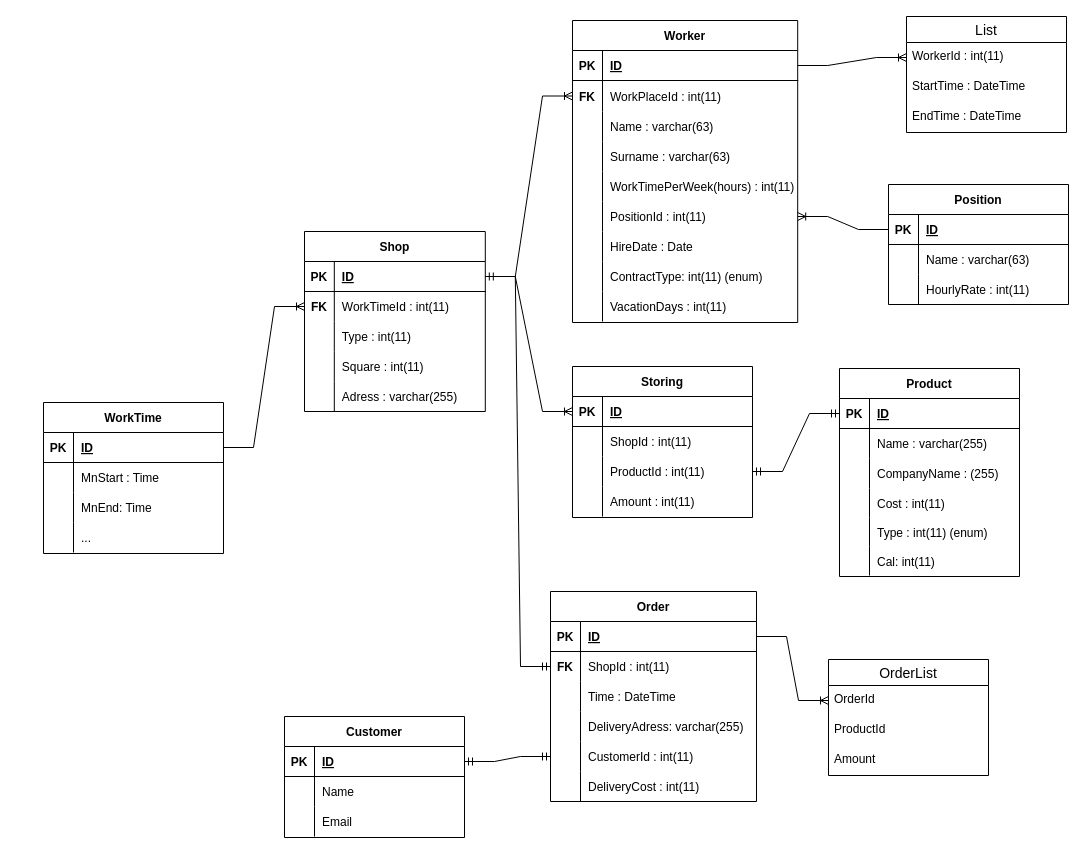
Before: Data&Er Table.drawio in XYphrodite/RIO, a draw.io diagram. Source tidied: cells renumbered, new cells numbered last; positions are measured from the earlier drawing's top-left corner, leaving out a move shared by most shapes. Both pictures are drawn from the tidied source at 100%, with x=0, y=0 at pixel (43, 16).
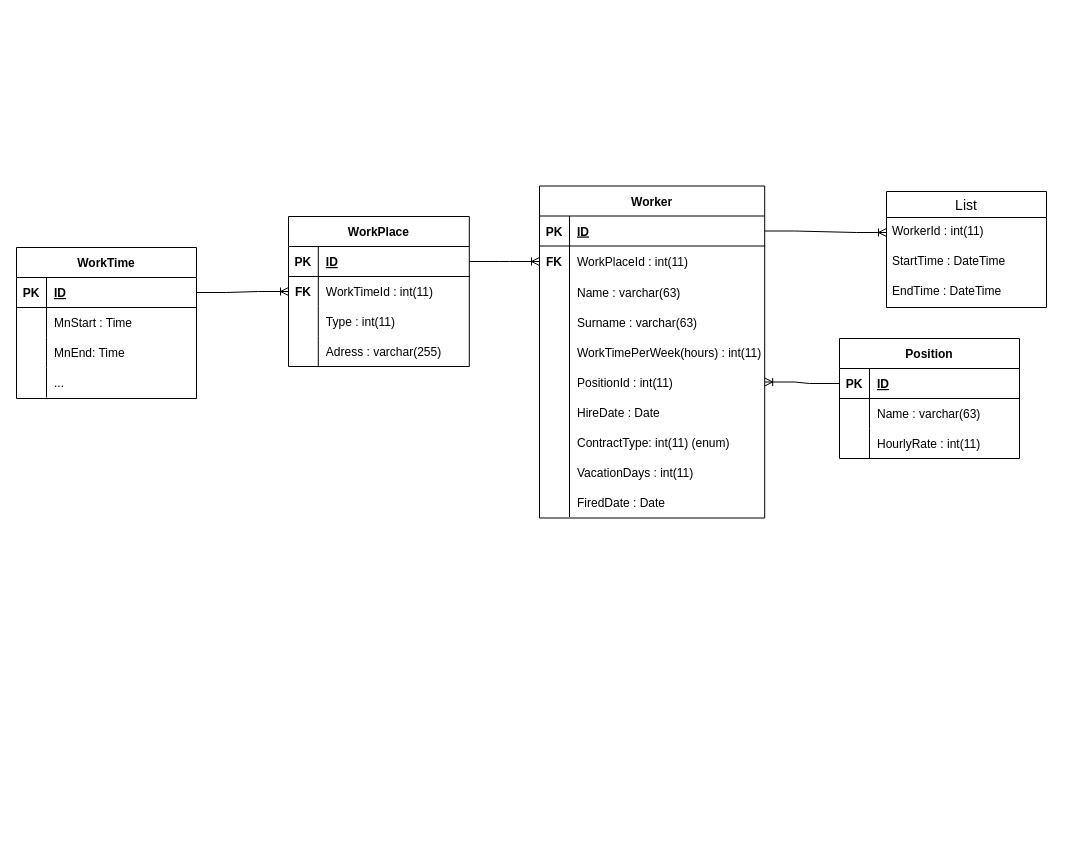
The same page after the edit.

Unchanged cells that the change refers to:
```xml
<mxCell id="3" style="shape=tableRow;horizontal=0;startSize=0;swimlaneHead=0;swimlaneBody=0;fillColor=none;points=[[0,0.5],[1,0.5]];portConstraint=eastwest;top=0;left=0;right=0;bottom=1;" parent="2" vertex="1">
  <mxGeometry y="30" width="180.8" height="30" as="geometry" />
</mxCell>
<mxCell id="46" style="shape=tableRow;horizontal=0;startSize=0;swimlaneHead=0;swimlaneBody=0;fillColor=none;top=0;left=0;right=0;bottom=0;" parent="1" vertex="1">
  <mxGeometry x="533" y="158" width="180" height="30" as="geometry" />
</mxCell>
```

The edit, as a diff of the source:
```diff
@@
-    <mxCell id="2" value="Shop" style="shape=table;startSize=30;childLayout=tableLayout;rowLines=0;fontStyle=1;align=center;" parent="1" vertex="1">
-      <mxGeometry x="261" y="215" width="180.8" height="180" as="geometry" />
+    <mxCell id="2" value="WorkPlace" style="shape=table;startSize=30;childLayout=tableLayout;rowLines=0;fontStyle=1;align=center;" parent="1" vertex="1">
+      <mxGeometry x="245" y="200" width="180.8" height="150" as="geometry" />
     </mxCell>
@@
-    <mxCell id="12" style="shape=tableRow;horizontal=0;startSize=0;swimlaneHead=0;swimlaneBody=0;fillColor=none;top=0;left=0;right=0;bottom=0;" parent="2" vertex="1">
-      <mxGeometry y="120" width="180.8" height="30" as="geometry" />
-    </mxCell>
-    <mxCell id="13" style="shape=partialRectangle;fillColor=none;top=0;left=0;bottom=0;right=0;overflow=hidden;" parent="12" vertex="1">
-      <mxGeometry width="29.8" height="30" as="geometry" />
-    </mxCell>
-    <mxCell id="14" value="Square : int(11)" style="shape=partialRectangle;fillColor=none;top=0;left=0;bottom=0;right=0;align=left;spacingLeft=6;overflow=hidden;" parent="12" vertex="1">
-      <mxGeometry x="29.8" width="151" height="30" as="geometry" />
-    </mxCell>
     <mxCell id="15" style="shape=tableRow;horizontal=0;startSize=0;swimlaneHead=0;swimlaneBody=0;fillColor=none;top=0;left=0;right=0;bottom=0;" parent="2" vertex="1">
-      <mxGeometry y="150" width="180.8" height="30" as="geometry" />
+      <mxGeometry y="120" width="180.8" height="30" as="geometry" />
     </mxCell>
@@
     <mxCell id="18" value="Worker" style="shape=table;startSize=30;childLayout=tableLayout;rowLines=0;fontStyle=1;align=center;" parent="1" vertex="1">
-      <mxGeometry x="529" y="4" width="225.2" height="302" as="geometry" />
+      <mxGeometry x="496" y="169.5" width="225.2" height="332" as="geometry" />
     </mxCell>
@@
+    <mxCell id="150" style="shape=tableRow;horizontal=0;startSize=0;swimlaneHead=0;swimlaneBody=0;fillColor=none;top=0;left=0;right=0;bottom=0;" parent="18" vertex="1">
+      <mxGeometry y="301" width="225.2" height="30" as="geometry" />
+    </mxCell>
+    <mxCell id="151" style="shape=partialRectangle;fillColor=none;top=0;left=0;bottom=0;right=0;overflow=hidden;" parent="150" vertex="1">
+      <mxGeometry width="30" height="30" as="geometry" />
+    </mxCell>
+    <mxCell id="152" value="FiredDate : Date" style="shape=partialRectangle;fillColor=none;top=0;left=0;bottom=0;right=0;align=left;spacingLeft=6;overflow=hidden;" parent="150" vertex="1">
+      <mxGeometry x="30" width="195.2" height="30" as="geometry" />
+    </mxCell>
@@
-    <mxCell id="47" style="shape=partialRectangle;fillColor=none;top=0;left=0;bottom=0;right=0;overflow=hidden;" parent="46" vertex="1">
-      <mxGeometry width="30" height="30" as="geometry" />
-    </mxCell>
@@
     <mxCell id="49" value="Position" style="shape=table;startSize=30;childLayout=tableLayout;rowLines=0;fontStyle=1;align=center;" parent="1" vertex="1">
-      <mxGeometry x="845" y="168" width="180" height="120" as="geometry" />
+      <mxGeometry x="796" y="322" width="180" height="120" as="geometry" />
     </mxCell>
@@
-    <mxCell id="61" value="Storing" style="shape=table;startSize=30;childLayout=tableLayout;rowLines=0;fontStyle=1;align=center;" parent="1" vertex="1">
-      <mxGeometry x="529" y="350" width="180" height="151" as="geometry" />
-    </mxCell>
-    <mxCell id="62" style="shape=tableRow;horizontal=0;startSize=0;swimlaneHead=0;swimlaneBody=0;fillColor=none;points=[[0,0.5],[1,0.5]];portConstraint=eastwest;top=0;left=0;right=0;bottom=1;" parent="61" vertex="1">
-      <mxGeometry y="30" width="180" height="30" as="geometry" />
-    </mxCell>
-    <mxCell id="63" value="PK" style="shape=partialRectangle;fillColor=none;top=0;left=0;bottom=0;right=0;fontStyle=1;overflow=hidden;" parent="62" vertex="1">
-      <mxGeometry width="30" height="30" as="geometry" />
-    </mxCell>
-    <mxCell id="64" value="ID" style="shape=partialRectangle;fillColor=none;top=0;left=0;bottom=0;right=0;align=left;spacingLeft=6;fontStyle=5;overflow=hidden;" parent="62" vertex="1">
-      <mxGeometry x="30" width="150" height="30" as="geometry" />
-    </mxCell>
-    <mxCell id="65" style="shape=tableRow;horizontal=0;startSize=0;swimlaneHead=0;swimlaneBody=0;fillColor=none;top=0;left=0;right=0;bottom=0;" parent="61" vertex="1">
-      <mxGeometry y="60" width="180" height="30" as="geometry" />
-    </mxCell>
-    <mxCell id="66" style="shape=partialRectangle;fillColor=none;top=0;left=0;bottom=0;right=0;overflow=hidden;" parent="65" vertex="1">
-      <mxGeometry width="30" height="30" as="geometry" />
-    </mxCell>
-    <mxCell id="67" value="ShopId : int(11)" style="shape=partialRectangle;fillColor=none;top=0;left=0;bottom=0;right=0;align=left;spacingLeft=6;overflow=hidden;" parent="65" vertex="1">
-      <mxGeometry x="30" width="150" height="30" as="geometry" />
-    </mxCell>
-    <mxCell id="68" style="shape=tableRow;horizontal=0;startSize=0;swimlaneHead=0;swimlaneBody=0;fillColor=none;points=[[0,0.5],[1,0.5]];portConstraint=eastwest;top=0;left=0;right=0;bottom=0;" parent="61" vertex="1">
-      <mxGeometry y="90" width="180" height="30" as="geometry" />
-    </mxCell>
-    <mxCell id="69" style="shape=partialRectangle;fillColor=none;top=0;left=0;bottom=0;right=0;overflow=hidden;" parent="68" vertex="1">
-      <mxGeometry width="30" height="30" as="geometry" />
-    </mxCell>
-    <mxCell id="70" value="ProductId : int(11)" style="shape=partialRectangle;fillColor=none;top=0;left=0;bottom=0;right=0;align=left;spacingLeft=6;overflow=hidden;" parent="68" vertex="1">
-      <mxGeometry x="30" width="150" height="30" as="geometry" />
-    </mxCell>
-    <mxCell id="71" style="shape=tableRow;horizontal=0;startSize=0;swimlaneHead=0;swimlaneBody=0;fillColor=none;top=0;left=0;right=0;bottom=0;" parent="61" vertex="1">
-      <mxGeometry y="120" width="180" height="30" as="geometry" />
-    </mxCell>
-    <mxCell id="72" style="shape=partialRectangle;fillColor=none;top=0;left=0;bottom=0;right=0;overflow=hidden;" parent="71" vertex="1">
-      <mxGeometry width="30" height="30" as="geometry" />
-    </mxCell>
-    <mxCell id="73" value="Amount : int(11)" style="shape=partialRectangle;fillColor=none;top=0;left=0;bottom=0;right=0;align=left;spacingLeft=6;overflow=hidden;" parent="71" vertex="1">
-      <mxGeometry x="30" width="150" height="30" as="geometry" />
-    </mxCell>
-    <mxCell id="74" style="edgeStyle=entityRelationEdgeStyle;fontSize=12;html=1;endArrow=ERoneToMany;rounded=0;exitX=1;exitY=0.5;exitDx=0;exitDy=0;entryX=0;entryY=0.5;entryDx=0;entryDy=0;" parent="1" edge="1" source="3" target="62">
-      <mxGeometry relative="1" as="geometry" />
-    </mxCell>
-    <mxCell id="75" value="Product" style="shape=table;startSize=30;childLayout=tableLayout;rowLines=0;fontStyle=1;align=center;" parent="1" vertex="1">
-      <mxGeometry x="796" y="352" width="180" height="208" as="geometry" />
-    </mxCell>
-    <mxCell id="76" style="shape=tableRow;horizontal=0;startSize=0;swimlaneHead=0;swimlaneBody=0;fillColor=none;points=[[0,0.5],[1,0.5]];portConstraint=eastwest;top=0;left=0;right=0;bottom=1;" parent="75" vertex="1">
-      <mxGeometry y="30" width="180" height="30" as="geometry" />
-    </mxCell>
-    <mxCell id="77" value="PK" style="shape=partialRectangle;fillColor=none;top=0;left=0;bottom=0;right=0;fontStyle=1;overflow=hidden;" parent="76" vertex="1">
-      <mxGeometry width="30" height="30" as="geometry" />
-    </mxCell>
-    <mxCell id="78" value="ID" style="shape=partialRectangle;fillColor=none;top=0;left=0;bottom=0;right=0;align=left;spacingLeft=6;fontStyle=5;overflow=hidden;" parent="76" vertex="1">
-      <mxGeometry x="30" width="150" height="30" as="geometry" />
-    </mxCell>
-    <mxCell id="79" style="shape=tableRow;horizontal=0;startSize=0;swimlaneHead=0;swimlaneBody=0;fillColor=none;top=0;left=0;right=0;bottom=0;" parent="75" vertex="1">
-      <mxGeometry y="60" width="180" height="30" as="geometry" />
-    </mxCell>
-    <mxCell id="80" style="shape=partialRectangle;fillColor=none;top=0;left=0;bottom=0;right=0;overflow=hidden;" parent="79" vertex="1">
-      <mxGeometry width="30" height="30" as="geometry" />
-    </mxCell>
-    <mxCell id="81" value="Name : varchar(255)" style="shape=partialRectangle;fillColor=none;top=0;left=0;bottom=0;right=0;align=left;spacingLeft=6;overflow=hidden;" parent="79" vertex="1">
-      <mxGeometry x="30" width="150" height="30" as="geometry" />
-    </mxCell>
-    <mxCell id="82" style="shape=tableRow;horizontal=0;startSize=0;swimlaneHead=0;swimlaneBody=0;fillColor=none;top=0;left=0;right=0;bottom=0;" parent="75" vertex="1">
-      <mxGeometry y="90" width="180" height="30" as="geometry" />
-    </mxCell>
-    <mxCell id="83" style="shape=partialRectangle;fillColor=none;top=0;left=0;bottom=0;right=0;overflow=hidden;" parent="82" vertex="1">
-      <mxGeometry width="30" height="30" as="geometry" />
-    </mxCell>
-    <mxCell id="84" value="CompanyName : (255)" style="shape=partialRectangle;fillColor=none;top=0;left=0;bottom=0;right=0;align=left;spacingLeft=6;overflow=hidden;" parent="82" vertex="1">
-      <mxGeometry x="30" width="150" height="30" as="geometry" />
-    </mxCell>
-    <mxCell id="85" style="shape=tableRow;horizontal=0;startSize=0;swimlaneHead=0;swimlaneBody=0;fillColor=none;top=0;left=0;right=0;bottom=0;" parent="75" vertex="1">
-      <mxGeometry y="120" width="180" height="29" as="geometry" />
-    </mxCell>
-    <mxCell id="86" style="shape=partialRectangle;fillColor=none;top=0;left=0;bottom=0;right=0;overflow=hidden;" parent="85" vertex="1">
-      <mxGeometry width="30" height="29" as="geometry" />
-    </mxCell>
-    <mxCell id="87" value="Cost : int(11)" style="shape=partialRectangle;fillColor=none;top=0;left=0;bottom=0;right=0;align=left;spacingLeft=6;overflow=hidden;" parent="85" vertex="1">
-      <mxGeometry x="30" width="150" height="29" as="geometry" />
-    </mxCell>
-    <mxCell id="88" style="shape=tableRow;horizontal=0;startSize=0;swimlaneHead=0;swimlaneBody=0;fillColor=none;top=0;left=0;right=0;bottom=0;" parent="75" vertex="1">
-      <mxGeometry y="149" width="180" height="29" as="geometry" />
-    </mxCell>
-    <mxCell id="89" style="shape=partialRectangle;fillColor=none;top=0;left=0;bottom=0;right=0;overflow=hidden;" parent="88" vertex="1">
-      <mxGeometry width="30" height="29" as="geometry" />
-    </mxCell>
-    <mxCell id="90" value="Type : int(11) (enum)" style="shape=partialRectangle;fillColor=none;top=0;left=0;bottom=0;right=0;align=left;spacingLeft=6;overflow=hidden;" parent="88" vertex="1">
-      <mxGeometry x="30" width="150" height="29" as="geometry" />
-    </mxCell>
-    <mxCell id="91" style="shape=tableRow;horizontal=0;startSize=0;swimlaneHead=0;swimlaneBody=0;fillColor=none;top=0;left=0;right=0;bottom=0;" parent="75" vertex="1">
-      <mxGeometry y="178" width="180" height="29" as="geometry" />
-    </mxCell>
-    <mxCell id="92" style="shape=partialRectangle;fillColor=none;top=0;left=0;bottom=0;right=0;overflow=hidden;" parent="91" vertex="1">
-      <mxGeometry width="30" height="29" as="geometry" />
-    </mxCell>
-    <mxCell id="93" value="Cal: int(11)" style="shape=partialRectangle;fillColor=none;top=0;left=0;bottom=0;right=0;align=left;spacingLeft=6;overflow=hidden;" parent="91" vertex="1">
-      <mxGeometry x="30" width="150" height="29" as="geometry" />
-    </mxCell>
-    <mxCell id="94" style="edgeStyle=entityRelationEdgeStyle;fontSize=12;html=1;endArrow=ERmandOne;startArrow=ERmandOne;rounded=0;exitX=1;exitY=0.5;exitDx=0;exitDy=0;entryX=0;entryY=0.5;entryDx=0;entryDy=0;" parent="1" edge="1" source="68" target="76">
-      <mxGeometry relative="1" as="geometry" />
-    </mxCell>
-    <mxCell id="95" value="Order" style="shape=table;startSize=30;childLayout=tableLayout;rowLines=0;fontStyle=1;align=center;" parent="1" vertex="1">
-      <mxGeometry x="507" y="575" width="206" height="210" as="geometry" />
-    </mxCell>
-    <mxCell id="96" style="shape=tableRow;horizontal=0;startSize=0;swimlaneHead=0;swimlaneBody=0;fillColor=none;points=[[0,0.5],[1,0.5]];portConstraint=eastwest;top=0;left=0;right=0;bottom=1;" parent="95" vertex="1">
-      <mxGeometry y="30" width="206" height="30" as="geometry" />
-    </mxCell>
-    <mxCell id="97" value="PK" style="shape=partialRectangle;fillColor=none;top=0;left=0;bottom=0;right=0;fontStyle=1;overflow=hidden;" parent="96" vertex="1">
-      <mxGeometry width="30" height="30" as="geometry" />
-    </mxCell>
-    <mxCell id="98" value="ID" style="shape=partialRectangle;fillColor=none;top=0;left=0;bottom=0;right=0;align=left;spacingLeft=6;fontStyle=5;overflow=hidden;" parent="96" vertex="1">
-      <mxGeometry x="30" width="176" height="30" as="geometry" />
-    </mxCell>
-    <mxCell id="99" style="shape=tableRow;horizontal=0;startSize=0;swimlaneHead=0;swimlaneBody=0;fillColor=none;points=[[0,0.5],[1,0.5]];portConstraint=eastwest;top=0;left=0;right=0;bottom=0;" parent="95" vertex="1">
-      <mxGeometry y="60" width="206" height="30" as="geometry" />
-    </mxCell>
-    <mxCell id="100" value="FK" style="shape=partialRectangle;fillColor=none;top=0;left=0;bottom=0;right=0;overflow=hidden;fontStyle=1;" parent="99" vertex="1">
-      <mxGeometry width="30" height="30" as="geometry" />
-    </mxCell>
-    <mxCell id="101" value="ShopId : int(11)" style="shape=partialRectangle;fillColor=none;top=0;left=0;bottom=0;right=0;align=left;spacingLeft=6;overflow=hidden;" parent="99" vertex="1">
-      <mxGeometry x="30" width="176" height="30" as="geometry" />
-    </mxCell>
-    <mxCell id="102" style="shape=tableRow;horizontal=0;startSize=0;swimlaneHead=0;swimlaneBody=0;fillColor=none;top=0;left=0;right=0;bottom=0;" parent="95" vertex="1">
-      <mxGeometry y="90" width="206" height="30" as="geometry" />
-    </mxCell>
-    <mxCell id="103" style="shape=partialRectangle;fillColor=none;top=0;left=0;bottom=0;right=0;overflow=hidden;" parent="102" vertex="1">
-      <mxGeometry width="30" height="30" as="geometry" />
-    </mxCell>
-    <mxCell id="104" value="Time : DateTime" style="shape=partialRectangle;fillColor=none;top=0;left=0;bottom=0;right=0;align=left;spacingLeft=6;overflow=hidden;" parent="102" vertex="1">
-      <mxGeometry x="30" width="176" height="30" as="geometry" />
-    </mxCell>
-    <mxCell id="105" style="shape=tableRow;horizontal=0;startSize=0;swimlaneHead=0;swimlaneBody=0;fillColor=none;top=0;left=0;right=0;bottom=0;" parent="95" vertex="1">
-      <mxGeometry y="120" width="206" height="30" as="geometry" />
-    </mxCell>
-    <mxCell id="106" style="shape=partialRectangle;fillColor=none;top=0;left=0;bottom=0;right=0;overflow=hidden;" parent="105" vertex="1">
-      <mxGeometry width="30" height="30" as="geometry" />
-    </mxCell>
-    <mxCell id="107" value="DeliveryAdress: varchar(255)" style="shape=partialRectangle;fillColor=none;top=0;left=0;bottom=0;right=0;align=left;spacingLeft=6;overflow=hidden;" parent="105" vertex="1">
-      <mxGeometry x="30" width="176" height="30" as="geometry" />
-    </mxCell>
-    <mxCell id="108" style="shape=tableRow;horizontal=0;startSize=0;swimlaneHead=0;swimlaneBody=0;fillColor=none;points=[[0,0.5],[1,0.5]];portConstraint=eastwest;top=0;left=0;right=0;bottom=0;" parent="95" vertex="1">
-      <mxGeometry y="150" width="206" height="30" as="geometry" />
-    </mxCell>
-    <mxCell id="109" style="shape=partialRectangle;fillColor=none;top=0;left=0;bottom=0;right=0;overflow=hidden;" parent="108" vertex="1">
-      <mxGeometry width="30" height="30" as="geometry" />
-    </mxCell>
-    <mxCell id="110" value="CustomerId : int(11)" style="shape=partialRectangle;fillColor=none;top=0;left=0;bottom=0;right=0;align=left;spacingLeft=6;overflow=hidden;" parent="108" vertex="1">
-      <mxGeometry x="30" width="176" height="30" as="geometry" />
-    </mxCell>
-    <mxCell id="111" style="shape=tableRow;horizontal=0;startSize=0;swimlaneHead=0;swimlaneBody=0;fillColor=none;top=0;left=0;right=0;bottom=0;" parent="95" vertex="1">
-      <mxGeometry y="180" width="206" height="30" as="geometry" />
-    </mxCell>
-    <mxCell id="112" style="shape=partialRectangle;fillColor=none;top=0;left=0;bottom=0;right=0;overflow=hidden;" parent="111" vertex="1">
-      <mxGeometry width="30" height="30" as="geometry" />
-    </mxCell>
-    <mxCell id="113" value="DeliveryCost : int(11)" style="shape=partialRectangle;fillColor=none;top=0;left=0;bottom=0;right=0;align=left;spacingLeft=6;overflow=hidden;" parent="111" vertex="1">
-      <mxGeometry x="30" width="176" height="30" as="geometry" />
-    </mxCell>
-    <mxCell id="114" style="edgeStyle=entityRelationEdgeStyle;fontSize=12;html=1;endArrow=ERmandOne;startArrow=ERmandOne;rounded=0;exitX=1;exitY=0.5;exitDx=0;exitDy=0;entryX=0;entryY=0.5;entryDx=0;entryDy=0;" parent="1" edge="1" source="3" target="99">
-      <mxGeometry relative="1" as="geometry" />
-    </mxCell>
-    <mxCell id="115" value="OrderList" style="swimlane;fontStyle=0;horizontal=1;startSize=26;align=center;fontSize=14;" parent="1" vertex="1">
-      <mxGeometry x="785" y="643" width="160" height="116" as="geometry" />
-    </mxCell>
-    <mxCell id="116" value="OrderId" style="text;strokeColor=none;fillColor=none;spacingLeft=4;spacingRight=4;overflow=hidden;points=[[0,0.5],[1,0.5]];portConstraint=eastwest;fontSize=12;" parent="115" vertex="1">
-      <mxGeometry y="26" width="160" height="30" as="geometry" />
-    </mxCell>
-    <mxCell id="117" value="ProductId" style="text;strokeColor=none;fillColor=none;spacingLeft=4;spacingRight=4;overflow=hidden;fontSize=12;" parent="115" vertex="1">
-      <mxGeometry y="56" width="160" height="30" as="geometry" />
-    </mxCell>
-    <mxCell id="118" value="Amount" style="text;strokeColor=none;fillColor=none;spacingLeft=4;spacingRight=4;overflow=hidden;fontSize=12;" parent="115" vertex="1">
-      <mxGeometry y="86" width="160" height="30" as="geometry" />
-    </mxCell>
-    <mxCell id="119" style="edgeStyle=orthogonalEdgeStyle;rounded=0;orthogonalLoop=1;jettySize=auto;html=1;exitX=1;exitY=0.5;exitDx=0;exitDy=0;" parent="115" edge="1" source="116" target="116">
-      <mxGeometry relative="1" as="geometry" />
-    </mxCell>
     <mxCell id="120" value="List" style="swimlane;fontStyle=0;horizontal=1;startSize=26;align=center;fontSize=14;" parent="1" vertex="1">
-      <mxGeometry x="863" width="160" height="116" as="geometry" />
+      <mxGeometry x="843" y="175" width="160" height="116" as="geometry" />
     </mxCell>
@@
-    <mxCell id="124" style="edgeStyle=entityRelationEdgeStyle;fontSize=12;html=1;endArrow=ERoneToMany;rounded=0;exitX=1;exitY=0.5;exitDx=0;exitDy=0;entryX=0;entryY=0.5;entryDx=0;entryDy=0;" parent="1" edge="1" source="96" target="116">
-      <mxGeometry relative="1" as="geometry" />
-    </mxCell>
-    <mxCell id="125" value="Customer" style="shape=table;startSize=30;childLayout=tableLayout;rowLines=0;fontStyle=1;align=center;" parent="1" vertex="1">
-      <mxGeometry x="241" y="700" width="180" height="121" as="geometry" />
-    </mxCell>
-    <mxCell id="126" style="shape=tableRow;horizontal=0;startSize=0;swimlaneHead=0;swimlaneBody=0;fillColor=none;points=[[0,0.5],[1,0.5]];portConstraint=eastwest;top=0;left=0;right=0;bottom=1;" parent="125" vertex="1">
-      <mxGeometry y="30" width="180" height="30" as="geometry" />
-    </mxCell>
-    <mxCell id="127" value="PK" style="shape=partialRectangle;fillColor=none;top=0;left=0;bottom=0;right=0;fontStyle=1;overflow=hidden;" parent="126" vertex="1">
-      <mxGeometry width="30" height="30" as="geometry" />
-    </mxCell>
-    <mxCell id="128" value="ID" style="shape=partialRectangle;fillColor=none;top=0;left=0;bottom=0;right=0;align=left;spacingLeft=6;fontStyle=5;overflow=hidden;" parent="126" vertex="1">
-      <mxGeometry x="30" width="150" height="30" as="geometry" />
-    </mxCell>
-    <mxCell id="129" style="shape=tableRow;horizontal=0;startSize=0;swimlaneHead=0;swimlaneBody=0;fillColor=none;top=0;left=0;right=0;bottom=0;" parent="125" vertex="1">
-      <mxGeometry y="60" width="180" height="30" as="geometry" />
-    </mxCell>
-    <mxCell id="130" style="shape=partialRectangle;fillColor=none;top=0;left=0;bottom=0;right=0;overflow=hidden;" parent="129" vertex="1">
-      <mxGeometry width="30" height="30" as="geometry" />
-    </mxCell>
-    <mxCell id="131" value="Name" style="shape=partialRectangle;fillColor=none;top=0;left=0;bottom=0;right=0;align=left;spacingLeft=6;overflow=hidden;" parent="129" vertex="1">
-      <mxGeometry x="30" width="150" height="30" as="geometry" />
-    </mxCell>
-    <mxCell id="132" style="shape=tableRow;horizontal=0;startSize=0;swimlaneHead=0;swimlaneBody=0;fillColor=none;top=0;left=0;right=0;bottom=0;" parent="125" vertex="1">
-      <mxGeometry y="90" width="180" height="30" as="geometry" />
-    </mxCell>
-    <mxCell id="133" style="shape=partialRectangle;fillColor=none;top=0;left=0;bottom=0;right=0;overflow=hidden;" parent="132" vertex="1">
-      <mxGeometry width="30" height="30" as="geometry" />
-    </mxCell>
-    <mxCell id="134" value="Email" style="shape=partialRectangle;fillColor=none;top=0;left=0;bottom=0;right=0;align=left;spacingLeft=6;overflow=hidden;strokeColor=#000000;" parent="132" vertex="1">
-      <mxGeometry x="30" width="150" height="30" as="geometry" />
-    </mxCell>
-    <mxCell id="135" style="edgeStyle=entityRelationEdgeStyle;fontSize=12;html=1;endArrow=ERmandOne;startArrow=ERmandOne;rounded=0;entryX=0;entryY=0.5;entryDx=0;entryDy=0;exitX=1;exitY=0.5;exitDx=0;exitDy=0;" parent="1" edge="1" source="126" target="108">
-      <mxGeometry relative="1" as="geometry" />
-    </mxCell>
     <mxCell id="136" value="WorkTime" style="shape=table;startSize=30;childLayout=tableLayout;rowLines=0;fontStyle=1;align=center;strokeColor=#000000;" parent="1" vertex="1">
-      <mxGeometry y="386" width="180" height="151" as="geometry" />
+      <mxGeometry x="-27" y="231" width="180" height="151" as="geometry" />
     </mxCell>
```
